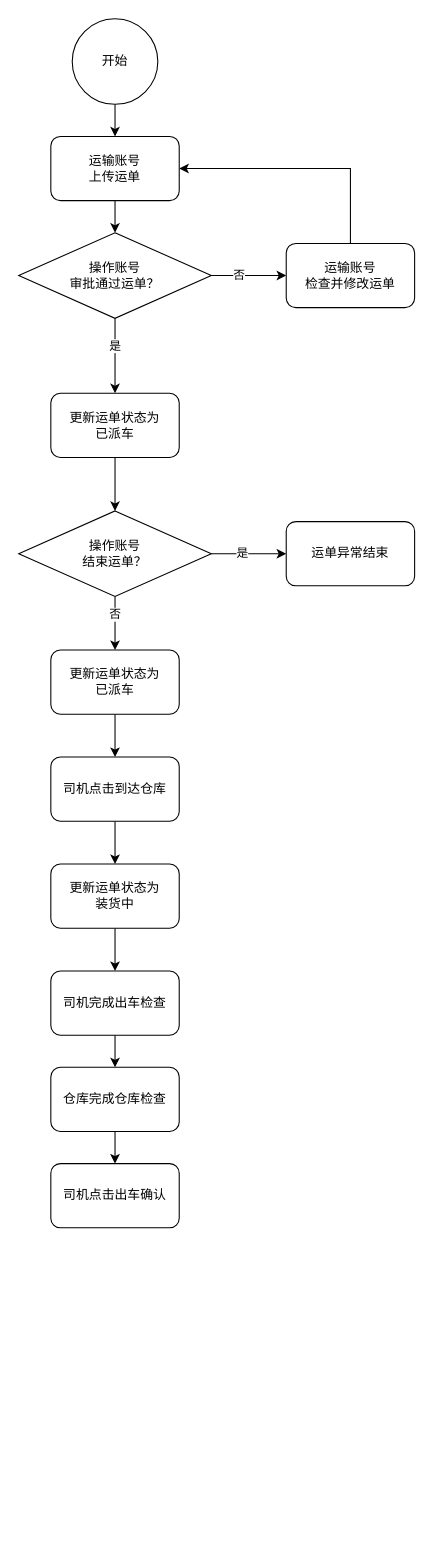
FrankKirin/PM_works keeps this draw.io diagram as E6丰豪配置运单流程图.drawio. Above is the earlier version. Source tidied: cells renumbered, new cells numbered last; positions are measured from the earlier drawing's top-left corner, leaving out a move shared by most shapes. Both pictures are drawn from the tidied source at 107%, with x=0, y=0 at pixel (18, 18).
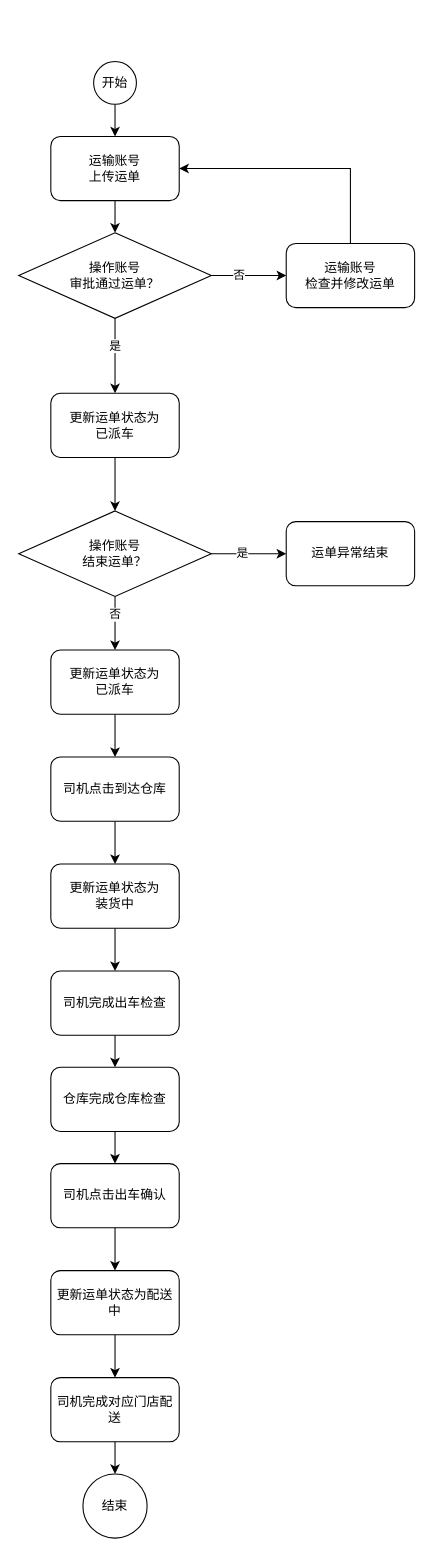
The same page after the edit.

Commit message:
Update E6丰豪配置运单流程图.drawio

The change refers to these unchanged cells:
```xml
<mxCell id="31" value="司机点击出车确认" style="rounded=1;whiteSpace=wrap;html=1;" parent="1" vertex="1">
  <mxGeometry x="30" y="1070" width="120" height="60" as="geometry" />
</mxCell>
```

Diff of the diagram source:
```diff
@@
     <mxCell id="3" value="开始" style="ellipse;whiteSpace=wrap;html=1;" parent="1" vertex="1">
-      <mxGeometry x="50" width="80" height="80" as="geometry" />
+      <mxGeometry x="70" y="40" width="40" height="40" as="geometry" />
     </mxCell>
@@
+    <mxCell id="32" style="edgeStyle=orthogonalEdgeStyle;rounded=0;jettySize=auto;html=1;exitX=0.5;exitY=1;exitDx=0;exitDy=0;entryX=0.5;entryY=0;entryDx=0;entryDy=0;" parent="1" edge="1" source="31" target="34">
+      <mxGeometry relative="1" as="geometry" />
+    </mxCell>
@@
+    <mxCell id="33" style="edgeStyle=orthogonalEdgeStyle;rounded=0;jettySize=auto;html=1;exitX=0.5;exitY=1;exitDx=0;exitDy=0;entryX=0.5;entryY=0;entryDx=0;entryDy=0;" parent="1" edge="1" source="34" target="36">
+      <mxGeometry relative="1" as="geometry" />
+    </mxCell>
+    <mxCell id="34" value="更新运单状态为配送中" style="rounded=1;whiteSpace=wrap;html=1;" parent="1" vertex="1">
+      <mxGeometry x="30" y="1170" width="120" height="60" as="geometry" />
+    </mxCell>
+    <mxCell id="35" style="edgeStyle=orthogonalEdgeStyle;rounded=0;jettySize=auto;html=1;exitX=0.5;exitY=1;exitDx=0;exitDy=0;" parent="1" edge="1" source="36" target="37">
+      <mxGeometry relative="1" as="geometry" />
+    </mxCell>
+    <mxCell id="36" value="司机完成对应门店配送" style="rounded=1;whiteSpace=wrap;html=1;" parent="1" vertex="1">
+      <mxGeometry x="30" y="1270" width="120" height="60" as="geometry" />
+    </mxCell>
+    <mxCell id="37" value="结束" style="ellipse;whiteSpace=wrap;html=1;" parent="1" vertex="1">
+      <mxGeometry x="60" y="1360" width="60" height="60" as="geometry" />
+    </mxCell>
```
